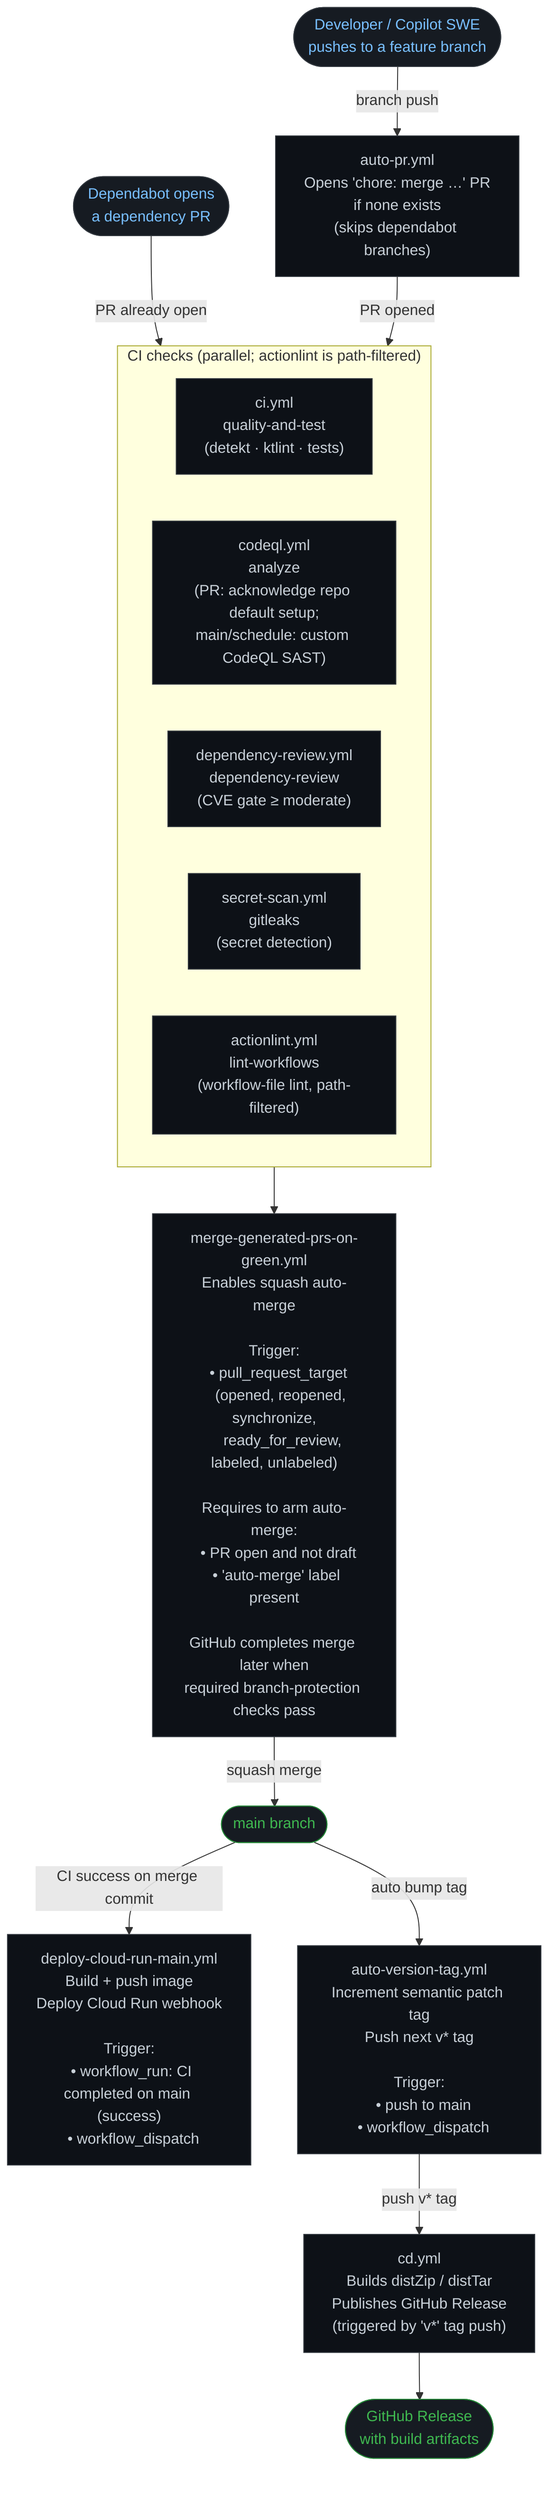
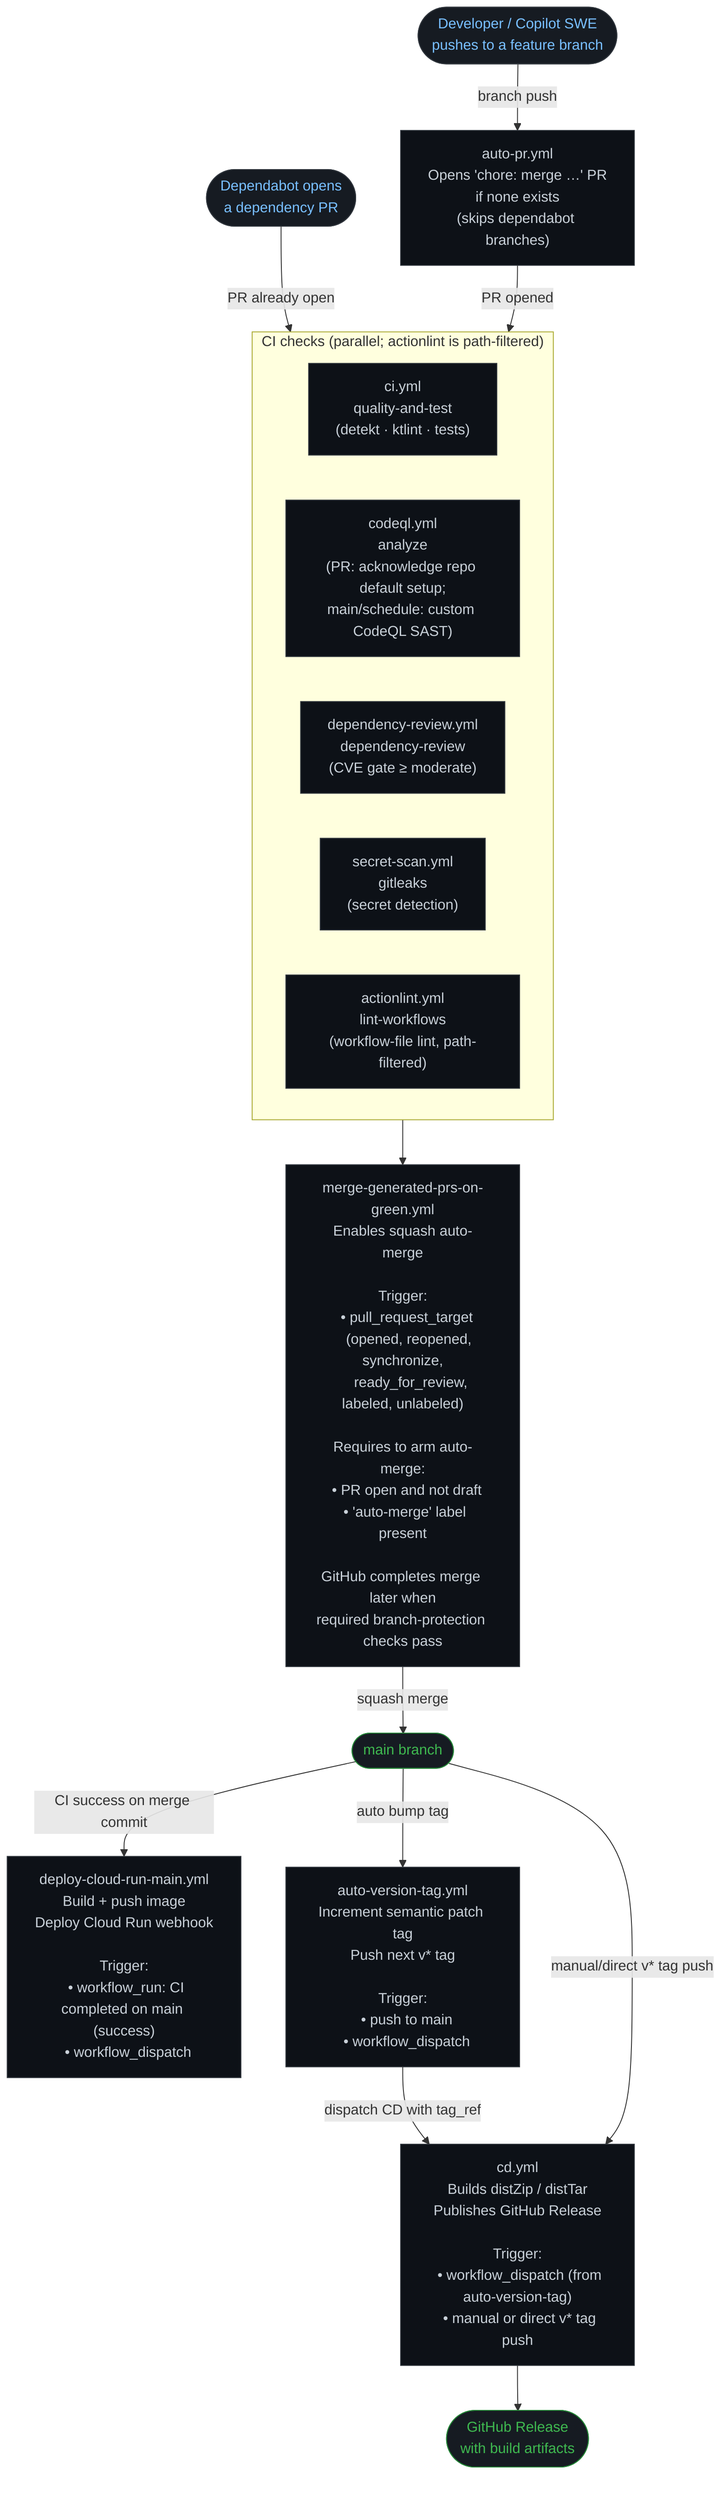
```mermaid
flowchart TD
    %% ── Entry points ──────────────────────────────────────────────────────────
    DEV([Developer / Copilot SWE\npushes to a feature branch])
    DEP([Dependabot opens\na dependency PR])

    %% ── Automation ────────────────────────────────────────────────────────────
    AUTO_PR["auto-pr.yml\nOpens 'chore: merge …' PR\nif none exists\n(skips dependabot branches)"]

    %% ── Required CI checks ────────────────────────────────────────────────────
    subgraph CI ["CI checks (parallel; actionlint is path-filtered)"]
        direction LR
        CI_JOB["ci.yml\nquality-and-test\n(detekt · ktlint · tests)"]
        CODEQL["codeql.yml\nanalyze\n(PR: acknowledge repo default setup;\nmain/schedule: custom CodeQL SAST)"]
        DEPREVIEW["dependency-review.yml\ndependency-review\n(CVE gate ≥ moderate)"]
        SECRET["secret-scan.yml\ngitleaks\n(secret detection)"]
        ACTIONLINT["actionlint.yml\nlint-workflows\n(workflow-file lint, path-filtered)"]
    end

    %% ── Merge ─────────────────────────────────────────────────────────────────
    MERGE["merge-generated-prs-on-green.yml\nEnables squash auto-merge\n\nTrigger:\n  • pull_request_target\n    (opened, reopened, synchronize,\n     ready_for_review, labeled, unlabeled)\n\nRequires to arm auto-merge:\n  • PR open and not draft\n  • 'auto-merge' label present\n\nGitHub completes merge later when\nrequired branch-protection checks pass"]

    %% ── CD ────────────────────────────────────────────────────────────────────
    MAIN([main branch])
    DEPLOY_MAIN["deploy-cloud-run-main.yml\nBuild + push image\nDeploy Cloud Run webhook\n\nTrigger:\n  • workflow_run: CI completed on main (success)\n  • workflow_dispatch"]
    AUTO_TAG["auto-version-tag.yml\nIncrement semantic patch tag\nPush next v* tag\n\nTrigger:\n  • push to main\n  • workflow_dispatch"]
-     CD["cd.yml\nBuilds distZip / distTar\nPublishes GitHub Release\n(triggered by 'v*' tag push)"]
+     CD["cd.yml\nBuilds distZip / distTar\nPublishes GitHub Release\n\nTrigger:\n  • workflow_dispatch (from auto-version-tag)\n  • manual or direct v* tag push"]
    RELEASE([GitHub Release\nwith build artifacts])

    %% ── Flow ──────────────────────────────────────────────────────────────────
    DEV -->|branch push| AUTO_PR
    DEP -->|PR already open| CI

    AUTO_PR -->|PR opened| CI
    CI --> MERGE

    MERGE -->|squash merge| MAIN

    MAIN -->|CI success on merge commit| DEPLOY_MAIN
    MAIN -->|auto bump tag| AUTO_TAG
-     AUTO_TAG -->|push v* tag| CD
+     AUTO_TAG -->|dispatch CD with tag_ref| CD
+     MAIN -->|manual/direct v* tag push| CD
    CD --> RELEASE

    %% ── Styling ───────────────────────────────────────────────────────────────
    classDef workflow fill:#0d1117,stroke:#30363d,color:#c9d1d9
    classDef actor    fill:#161b22,stroke:#30363d,color:#79c0ff,shape:stadium
    classDef external fill:#161b22,stroke:#238636,color:#3fb950,shape:stadium

    class AUTO_PR,CI_JOB,CODEQL,DEPREVIEW,SECRET,ACTIONLINT,MERGE,DEPLOY_MAIN,AUTO_TAG,CD workflow
    class DEV,DEP actor
    class MAIN,RELEASE external
```
